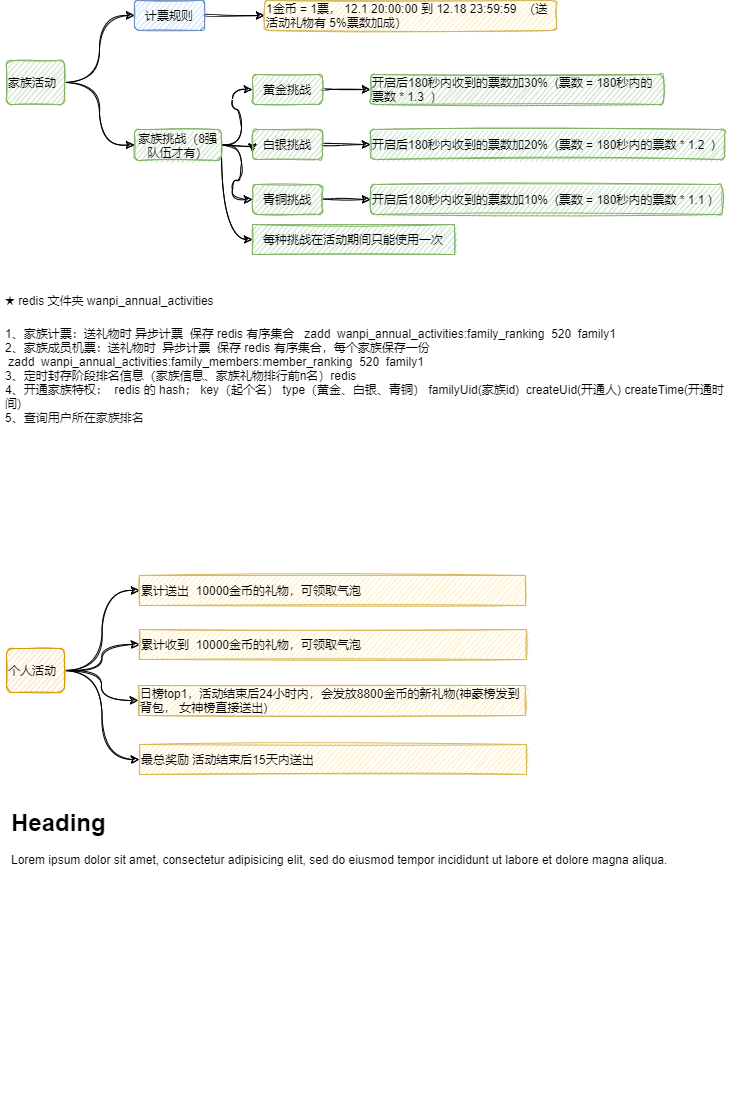
171437912/drawfiles keeps this draw.io diagram as 顽皮-年度活动.png. Above is the earlier version. Source tidied: cells renumbered, new cells last; positions are measured from the earlier drawing's top-left corner, leaving out a move shared by most shapes.
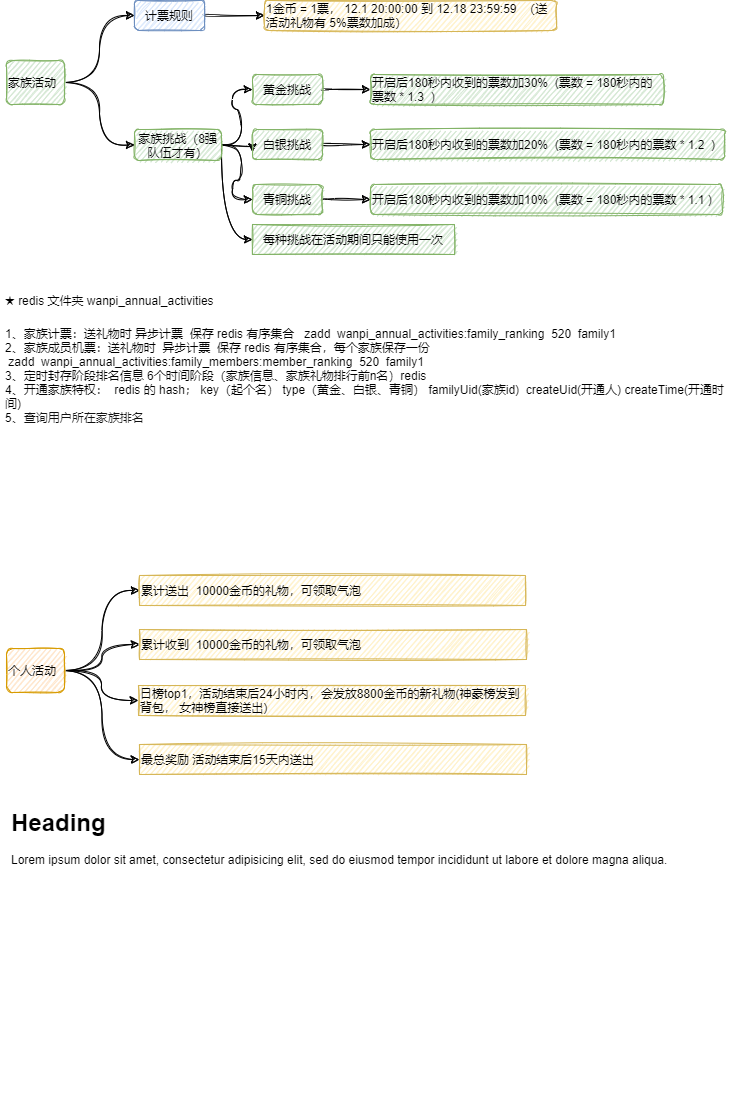
After the change.

Commit message:
更新顽皮-年度活动.png

What changed in the source:
```diff
@@ -96,7 +96,7 @@
     <mxCell id="31" value="最总奖励 活动结束后15天内送出" style="text;html=1;strokeColor=#d6b656;fillColor=#fff2cc;align=left;verticalAlign=middle;whiteSpace=wrap;rounded=0;sketch=1;" parent="1" vertex="1">
       <mxGeometry x="139" y="744" width="387" height="30" as="geometry" />
     </mxCell>
-    <mxCell id="32" value="&lt;h1&gt;&lt;span style=&quot;font-weight: normal&quot;&gt;&lt;font style=&quot;font-size: 12px&quot;&gt;★ redis 文件夹 wanpi_annual_activities&lt;/font&gt;&lt;/span&gt;&lt;/h1&gt;&lt;div&gt;1、家族计票：送礼物时 异步计票&amp;nbsp; 保存 redis 有序集合&amp;nbsp; &amp;nbsp;zadd&amp;nbsp;&amp;nbsp;&lt;span&gt;wanpi_annual_activities:&lt;/span&gt;&lt;span&gt;f&lt;/span&gt;&lt;span&gt;amily_ranking&amp;nbsp; 520&amp;nbsp; family1&lt;/span&gt;&lt;/div&gt;&lt;div&gt;2、家族成员机票：送礼物时&amp;nbsp; 异步计票&amp;nbsp; 保存 redis 有序集合，每个家族保存一份&amp;nbsp;&lt;/div&gt;&lt;span&gt;&#9;&lt;/span&gt;&amp;nbsp;zadd&amp;nbsp;&amp;nbsp;&lt;span&gt;wanpi_annual_activities:f&lt;/span&gt;&lt;span&gt;amily_members&lt;/span&gt;&lt;span&gt;:member&lt;/span&gt;&lt;span&gt;_ranking&amp;nbsp; 520&amp;nbsp; family1&lt;/span&gt;&lt;div&gt;3、定时封存阶段排名信息（家族信息、家族礼物排行前n名）redis&lt;/div&gt;4、开通&lt;span&gt;家族特权：&amp;nbsp; redis 的 hash； key（起个名） type（黄金、白银、青铜） familyUid(家族id)&amp;nbsp; createUid(开通人) createTime(开通时间)&lt;/span&gt;&lt;br&gt;&lt;div&gt;5、&lt;span style=&quot;color: rgb(16 , 16 , 16) ; font-family: , &amp;#34;sf ui text&amp;#34; , &amp;#34;helvetica neue&amp;#34; , &amp;#34;arial&amp;#34; , &amp;#34;pingfang sc&amp;#34; , &amp;#34;hiragino sans gb&amp;#34; , &amp;#34;microsoft yahei&amp;#34; , &amp;#34;wenquanyi zen hei&amp;#34; , sans-serif&quot;&gt;查询用户所在家族排名&lt;/span&gt;&lt;/div&gt;&lt;div&gt;&lt;span style=&quot;color: rgb(16 , 16 , 16) ; font-family: , &amp;#34;sf ui text&amp;#34; , &amp;#34;helvetica neue&amp;#34; , &amp;#34;arial&amp;#34; , &amp;#34;pingfang sc&amp;#34; , &amp;#34;hiragino sans gb&amp;#34; , &amp;#34;microsoft yahei&amp;#34; , &amp;#34;wenquanyi zen hei&amp;#34; , sans-serif&quot;&gt;&lt;br&gt;&lt;/span&gt;&lt;/div&gt;" style="text;html=1;strokeColor=none;fillColor=none;spacing=5;spacingTop=-20;whiteSpace=wrap;overflow=hidden;rounded=0;sketch=1;align=left;" parent="1" vertex="1">
+    <mxCell id="32" value="&lt;h1&gt;&lt;span style=&quot;font-weight: normal&quot;&gt;&lt;font style=&quot;font-size: 12px&quot;&gt;★ redis 文件夹 wanpi_annual_activities&lt;/font&gt;&lt;/span&gt;&lt;/h1&gt;&lt;div&gt;1、家族计票：送礼物时 异步计票&amp;nbsp; 保存 redis 有序集合&amp;nbsp; &amp;nbsp;zadd&amp;nbsp;&amp;nbsp;&lt;span&gt;wanpi_annual_activities:&lt;/span&gt;&lt;span&gt;f&lt;/span&gt;&lt;span&gt;amily_ranking&amp;nbsp; 520&amp;nbsp; family1&lt;/span&gt;&lt;/div&gt;&lt;div&gt;2、家族成员机票：送礼物时&amp;nbsp; 异步计票&amp;nbsp; 保存 redis 有序集合，每个家族保存一份&amp;nbsp;&lt;/div&gt;&lt;span&gt;&#9;&lt;/span&gt;&amp;nbsp;zadd&amp;nbsp;&amp;nbsp;&lt;span&gt;wanpi_annual_activities:f&lt;/span&gt;&lt;span&gt;amily_members&lt;/span&gt;&lt;span&gt;:member&lt;/span&gt;&lt;span&gt;_ranking&amp;nbsp; 520&amp;nbsp; family1&lt;/span&gt;&lt;div&gt;3、定时封存阶段排名信息 6个时间阶段（家族信息、家族礼物排行前n名）redis&lt;/div&gt;4、开通&lt;span&gt;家族特权：&amp;nbsp; redis 的 hash； key（起个名） type（黄金、白银、青铜） familyUid(家族id)&amp;nbsp; createUid(开通人) createTime(开通时间)&lt;/span&gt;&lt;br&gt;&lt;div&gt;5、&lt;span style=&quot;color: rgb(16 , 16 , 16) ; font-family: , &amp;#34;sf ui text&amp;#34; , &amp;#34;helvetica neue&amp;#34; , &amp;#34;arial&amp;#34; , &amp;#34;pingfang sc&amp;#34; , &amp;#34;hiragino sans gb&amp;#34; , &amp;#34;microsoft yahei&amp;#34; , &amp;#34;wenquanyi zen hei&amp;#34; , sans-serif&quot;&gt;查询用户所在家族排名&lt;/span&gt;&lt;/div&gt;&lt;div&gt;&lt;span style=&quot;color: rgb(16 , 16 , 16) ; font-family: , &amp;#34;sf ui text&amp;#34; , &amp;#34;helvetica neue&amp;#34; , &amp;#34;arial&amp;#34; , &amp;#34;pingfang sc&amp;#34; , &amp;#34;hiragino sans gb&amp;#34; , &amp;#34;microsoft yahei&amp;#34; , &amp;#34;wenquanyi zen hei&amp;#34; , sans-serif&quot;&gt;&lt;br&gt;&lt;/span&gt;&lt;/div&gt;" style="text;html=1;strokeColor=none;fillColor=none;spacing=5;spacingTop=-20;whiteSpace=wrap;overflow=hidden;rounded=0;sketch=1;align=left;" parent="1" vertex="1">
       <mxGeometry y="277" width="742" height="262" as="geometry" />
     </mxCell>
     <mxCell id="33" value="&lt;h1&gt;Heading&lt;/h1&gt;&lt;p&gt;Lorem ipsum dolor sit amet, consectetur adipisicing elit, sed do eiusmod tempor incididunt ut labore et dolore magna aliqua.&lt;/p&gt;" style="text;html=1;strokeColor=none;fillColor=none;spacing=5;spacingTop=-20;whiteSpace=wrap;overflow=hidden;rounded=0;sketch=1;align=left;" parent="1" vertex="1">
```
